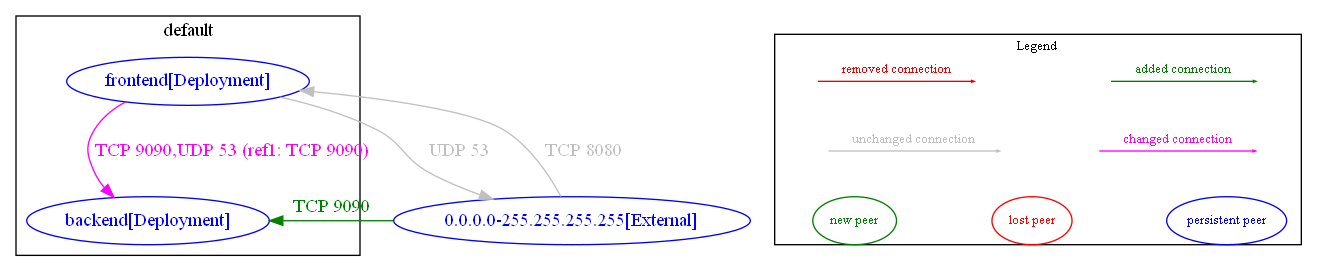
Before: test_outputs/diff/diff_between_netpol-diff-example-minimal_and_netpol-analysis-example-minimal.dot.png, a diagram exported from Graphviz (np-guard/netpol-analyzer). Its source is kept beside it as test_outputs/diff/diff_between_netpol-diff-example-minimal_and_netpol-analysis-example-minimal.dot.
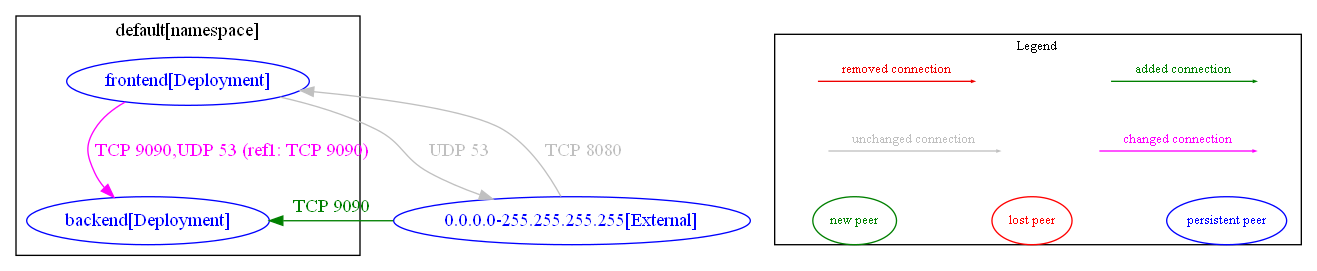
The same diagram one commit later.

The edit, as a diff of the source:
```diff
@@ -1,10 +1,10 @@
 digraph {
-	subgraph "cluster_default" {
+	subgraph "cluster_default[namespace]" {
 		color="black"
 		fontcolor="black"
 		"default/backend[Deployment]" [label="backend[Deployment]" color="blue" fontcolor="blue"]
 		"default/frontend[Deployment]" [label="frontend[Deployment]" color="blue" fontcolor="blue"]
-		label="default"
+		label="default[namespace]"
 	}
 	"0.0.0.0-255.255.255.255[External]" [label="0.0.0.0-255.255.255.255[External]" color="blue" fontcolor="blue"]
 	"0.0.0.0-255.255.255.255[External]" -> "default/backend[Deployment]" [label="TCP 9090" color="#008000" fontcolor="#008000" weight=0.5]
```
